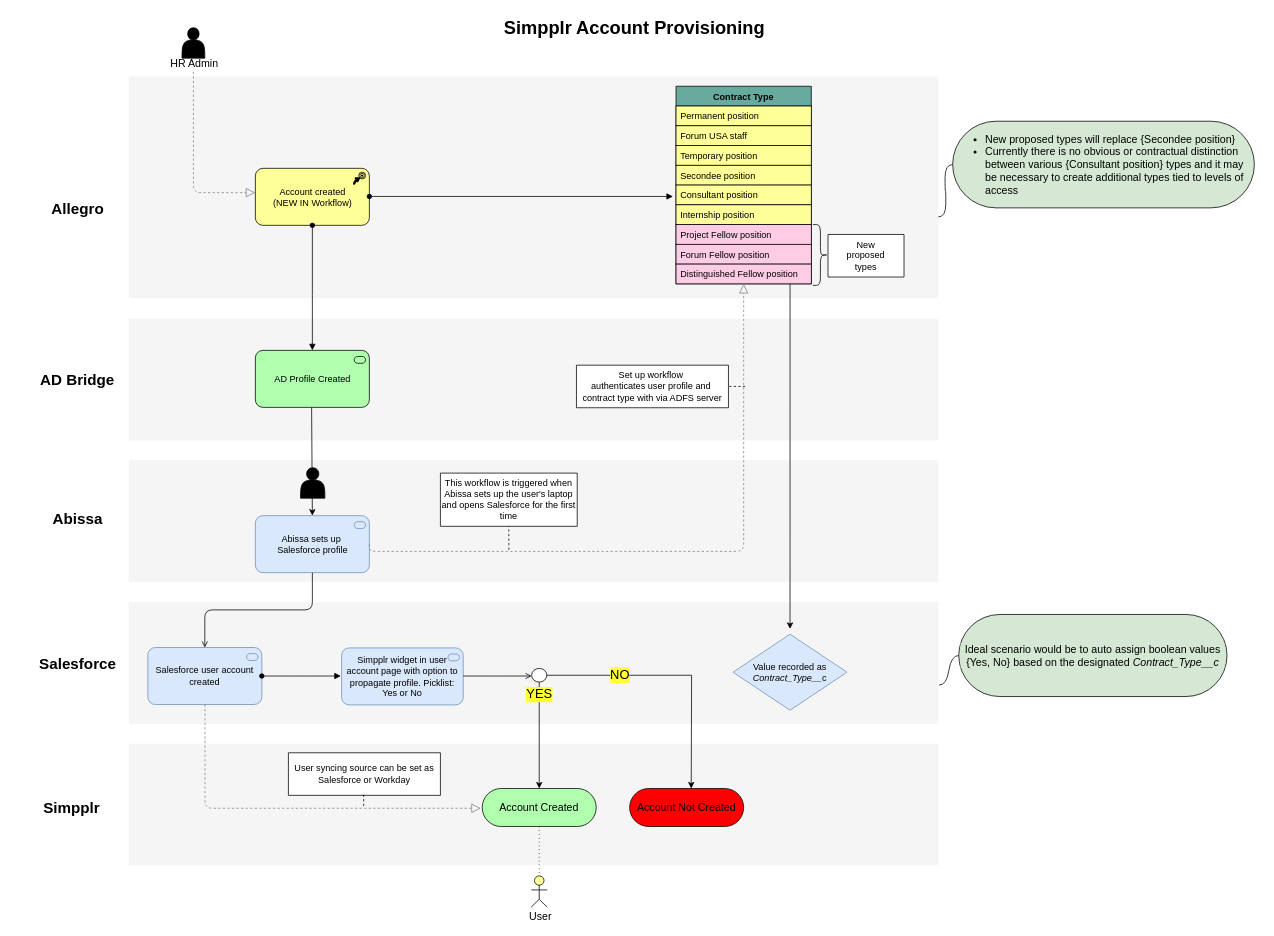
Before: SimpplrAccountProvisioning.drawio in merid-berhe/draw.io, a draw.io diagram. Source tidied: cells renumbered, new cells numbered last; positions are measured from the earlier drawing's top-left corner, leaving out a move shared by most shapes. Both pictures are drawn from the tidied source at 76%, with x=0, y=0 at pixel (13, 13).
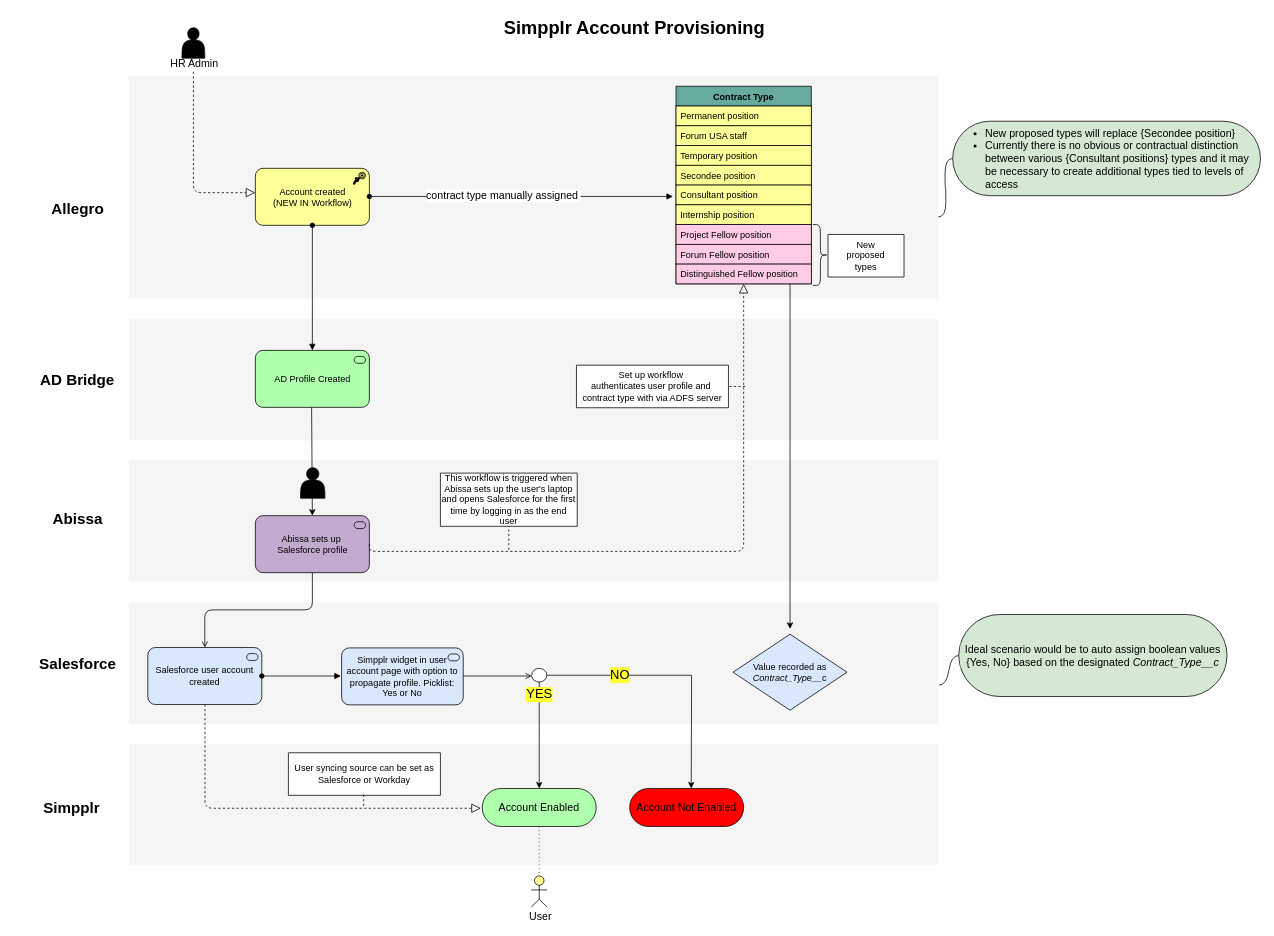
After the change.

Unchanged cells that the change refers to:
```xml
<mxCell id="2" style="whiteSpace=wrap;html=1;strokeColor=none;strokeWidth=1;fillColor=#f5f5f5;fontSize=14;imageHeight=24;" parent="1" vertex="1">
  <mxGeometry x="152" y="961" width="1065" height="160" as="geometry" />
</mxCell>
<mxCell id="16" style="shape=actor;whiteSpace=wrap;html=1;fillColor=#000000;" parent="1" vertex="1">
  <mxGeometry x="222" y="19" width="30" height="40" as="geometry" />
</mxCell>
<mxCell id="26" value="Distinguished Fellow position" style="text;strokeColor=#000000;fillColor=#FFCCE6;align=left;verticalAlign=top;spacingLeft=4;spacingRight=4;overflow=hidden;points=[[0,0.5],[1,0.5]];portConstraint=eastwest;" parent="17" vertex="1">
  <mxGeometry y="234" width="178" height="26" as="geometry" />
</mxCell>
<mxCell id="27" value="Account created&lt;br&gt;(NEW IN Workflow)" style="html=1;outlineConnect=0;whiteSpace=wrap;fillColor=#Ffff99;strokeColor=#000000;shape=mxgraph.archimate3.application;appType=course;archiType=rounded;" parent="1" vertex="1">
  <mxGeometry x="318.5" y="204" width="150" height="75" as="geometry" />
</mxCell>
<mxCell id="28" value="AD Profile Created" style="html=1;outlineConnect=0;whiteSpace=wrap;fillColor=#AFFFAF;strokeColor=#000000;shape=mxgraph.archimate3.application;appType=serv;archiType=rounded;" parent="1" vertex="1">
  <mxGeometry x="318.5" y="443.5" width="150" height="75" as="geometry" />
</mxCell>
<mxCell id="55" style="endArrow=block;html=1;endFill=1;startArrow=oval;startFill=1;edgeStyle=elbowEdgeStyle;elbow=vertical;fontSize=17;" parent="1" edge="1">
  <mxGeometry relative="1" as="geometry">
    <mxPoint x="468.5" y="241" as="sourcePoint" />
    <mxPoint x="868" y="241.5" as="targetPoint" />
  </mxGeometry>
</mxCell>
```

What changed in the source:
```diff
@@
-    <mxCell id="7" value="Account Created" style="html=1;whiteSpace=wrap;fillColor=#AFFFAF;strokeColor=#000000;shape=mxgraph.archimate3.service;fontSize=14;" parent="1" vertex="1">
+    <mxCell id="7" value="Account Enabled" style="html=1;whiteSpace=wrap;fillColor=#AFFFAF;strokeColor=#000000;shape=mxgraph.archimate3.service;fontSize=14;" parent="1" vertex="1">
       <mxGeometry x="617" y="1020" width="150" height="50" as="geometry" />
     </mxCell>
-    <mxCell id="8" value="Account Not Created" style="html=1;whiteSpace=wrap;fillColor=#FF0000;strokeColor=#000000;shape=mxgraph.archimate3.service;fontSize=14;" parent="1" vertex="1">
+    <mxCell id="8" value="Account Not Enabled" style="html=1;whiteSpace=wrap;fillColor=#FF0000;strokeColor=#000000;shape=mxgraph.archimate3.service;fontSize=14;" parent="1" vertex="1">
       <mxGeometry x="811" y="1020" width="150" height="50" as="geometry" />
     </mxCell>
@@
-    <mxCell id="12" style="edgeStyle=elbowEdgeStyle;rounded=1;elbow=vertical;html=1;dashed=1;startSize=10;endArrow=block;endFill=0;endSize=10;jettySize=auto;strokeColor=#808080;fontSize=14;exitX=0.5;exitY=1;exitDx=0;exitDy=0;" parent="1" edge="1" source="16" target="27">
+    <mxCell id="12" style="edgeStyle=elbowEdgeStyle;rounded=1;elbow=vertical;html=1;dashed=1;startSize=10;endArrow=block;endFill=0;endSize=10;jettySize=auto;strokeColor=#000000;fontSize=14;exitX=0.5;exitY=1;exitDx=0;exitDy=0;" parent="1" edge="1" source="16" target="27">
       <mxGeometry relative="1" as="geometry">
         <Array as="points">
           <mxPoint x="273" y="236" />
           <mxPoint x="262" y="265" />
           <mxPoint x="280" y="265" />
         </Array>
       </mxGeometry>
     </mxCell>
@@
-    <mxCell id="30" value="Abissa sets up&amp;nbsp;&lt;br&gt;Salesforce profile" style="html=1;outlineConnect=0;whiteSpace=wrap;fillColor=#dae8fc;strokeColor=#6c8ebf;shape=mxgraph.archimate3.application;appType=serv;archiType=rounded;" parent="1" vertex="1">
+    <mxCell id="30" value="Abissa sets up&amp;nbsp;&lt;br&gt;Salesforce profile" style="html=1;outlineConnect=0;whiteSpace=wrap;fillColor=#C3ABD0;strokeColor=#000000;shape=mxgraph.archimate3.application;appType=serv;archiType=rounded;" parent="1" vertex="1">
       <mxGeometry x="318.5" y="661" width="150" height="75" as="geometry" />
     </mxCell>
@@
-    <mxCell id="33" style="edgeStyle=elbowEdgeStyle;rounded=1;elbow=vertical;html=1;dashed=1;startSize=10;endArrow=block;endFill=0;endSize=10;jettySize=auto;strokeColor=#808080;fontSize=14;exitX=1;exitY=0.5;exitDx=0;exitDy=0;exitPerimeter=0;" parent="1" edge="1" source="30" target="26">
+    <mxCell id="33" style="edgeStyle=elbowEdgeStyle;rounded=1;elbow=vertical;html=1;dashed=1;startSize=10;endArrow=block;endFill=0;endSize=10;jettySize=auto;strokeColor=#000000;fontSize=14;exitX=1;exitY=0.5;exitDx=0;exitDy=0;exitPerimeter=0;" parent="1" edge="1" source="30" target="26">
       <mxGeometry relative="1" as="geometry">
         <Array as="points">
           <mxPoint x="712" y="708" />
           <mxPoint x="704.5" y="772.5" />
         </Array>
       </mxGeometry>
     </mxCell>
-    <mxCell id="34" value="This workflow is triggered when Abissa sets up the user's laptop and opens Salesforce for the first time" style="shape=note;whiteSpace=wrap;html=1;backgroundOutline=1;darkOpacity=0.05;strokeColor=#000000;fillColor=#FFFFFF;size=0;" parent="1" vertex="1">
+    <mxCell id="34" value="This workflow is triggered when Abissa sets up the user's laptop and opens Salesforce for the first time by logging in as the end user" style="shape=note;whiteSpace=wrap;html=1;backgroundOutline=1;darkOpacity=0.05;strokeColor=#000000;fillColor=#FFFFFF;size=0;" parent="1" vertex="1">
       <mxGeometry x="562" y="605" width="180" height="70" as="geometry" />
     </mxCell>
-    <mxCell id="35" value="Salesforce user account created" style="html=1;outlineConnect=0;whiteSpace=wrap;fillColor=#dae8fc;strokeColor=#6c8ebf;shape=mxgraph.archimate3.application;appType=serv;archiType=rounded;" parent="1" vertex="1">
+    <mxCell id="35" value="Salesforce user account created" style="html=1;outlineConnect=0;whiteSpace=wrap;fillColor=#dae8fc;strokeColor=#000000;shape=mxgraph.archimate3.application;appType=serv;archiType=rounded;" parent="1" vertex="1">
       <mxGeometry x="177" y="834.5" width="150" height="75" as="geometry" />
     </mxCell>
@@
-    <mxCell id="40" value="Value recorded as &lt;i&gt;Contract_Type__&lt;/i&gt;c" style="rhombus;whiteSpace=wrap;html=1;strokeColor=#6c8ebf;fillColor=#dae8fc;" parent="1" vertex="1">
+    <mxCell id="40" value="Value recorded as &lt;i&gt;Contract_Type__&lt;/i&gt;c" style="rhombus;whiteSpace=wrap;html=1;strokeColor=#000000;fillColor=#dae8fc;" parent="1" vertex="1">
       <mxGeometry x="947" y="817" width="150" height="100" as="geometry" />
     </mxCell>
-    <mxCell id="41" value="Simpplr widget in user account page with option to propagate profile. Picklist: Yes or No" style="html=1;whiteSpace=wrap;fillColor=#dae8fc;strokeColor=#6c8ebf;shape=mxgraph.archimate3.application;appType=serv;archiType=rounded;" parent="1" vertex="1">
+    <mxCell id="41" value="Simpplr widget in user account page with option to propagate profile. Picklist: Yes or No" style="html=1;whiteSpace=wrap;fillColor=#dae8fc;strokeColor=#000000;shape=mxgraph.archimate3.application;appType=serv;archiType=rounded;" parent="1" vertex="1">
       <mxGeometry x="432" y="835" width="160" height="75" as="geometry" />
     </mxCell>
@@
-    <mxCell id="50" style="edgeStyle=elbowEdgeStyle;rounded=1;elbow=vertical;html=1;dashed=1;startSize=10;endArrow=block;endFill=0;endSize=10;jettySize=auto;strokeColor=#808080;fontSize=14;exitX=0.5;exitY=1;exitDx=0;exitDy=0;entryX=0.435;entryY=0.531;entryDx=0;entryDy=0;entryPerimeter=0;" parent="1" edge="1" target="2">
+    <mxCell id="50" style="edgeStyle=elbowEdgeStyle;rounded=1;elbow=vertical;html=1;dashed=1;startSize=10;endArrow=block;endFill=0;endSize=10;jettySize=auto;strokeColor=#000000;fontSize=14;exitX=0.5;exitY=1;exitDx=0;exitDy=0;entryX=0.435;entryY=0.531;entryDx=0;entryDy=0;entryPerimeter=0;" parent="1" edge="1" target="2">
       <mxGeometry relative="1" as="geometry">
         <mxPoint x="252.2" y="909.3" as="sourcePoint" />
         <Array as="points">
           <mxPoint x="430" y="1046" />
           <mxPoint x="294.5" y="1094" />
         </Array>
       </mxGeometry>
     </mxCell>
@@
-    <mxCell id="54" style="endArrow=block;html=1;endFill=1;startArrow=oval;startFill=1;edgeStyle=elbowEdgeStyle;elbow=vertical;fontSize=17;entryX=0.5;entryY=0;entryDx=0;entryDy=0;entryPerimeter=0;" parent="1" edge="1" source="27" target="28">
+    <mxCell id="54" style="endArrow=block;html=1;endFill=1;startArrow=oval;startFill=1;edgeStyle=elbowEdgeStyle;elbow=vertical;fontSize=17;entryX=0.5;entryY=0;entryDx=0;entryDy=0;entryPerimeter=0;exitX=0.5;exitY=1;exitDx=0;exitDy=0;exitPerimeter=0;" parent="1" edge="1" source="27" target="28">
       <mxGeometry relative="1" as="geometry" />
     </mxCell>
@@
+    <mxCell id="63" value="contract type manually assigned&amp;nbsp;" style="text;html=1;align=center;verticalAlign=middle;labelBackgroundColor=#ffffff;fontSize=14;" parent="55" vertex="1">
+      <mxGeometry x="-0.12" y="2" relative="1" as="geometry" />
+    </mxCell>
@@
-    <mxCell id="61" value="&lt;ul style=&quot;text-align: left&quot;&gt;&lt;li&gt;New proposed types will replace {Secondee position}&lt;/li&gt;&lt;li&gt;Currently there is no obvious or contractual distinction between various {Consultant position} types and it may be necessary to create additional types tied to levels of access&lt;/li&gt;&lt;/ul&gt;" style="whiteSpace=wrap;html=1;rounded=1;arcSize=50;align=center;verticalAlign=middle;strokeWidth=1;spacing=4;labelBackgroundColor=#;fillColor=#D5E8D4;fontSize=14;labelBorderColor=#;" parent="1" vertex="1">
-      <mxGeometry x="1236" y="142" width="397" height="114" as="geometry" />
+    <mxCell id="61" value="&lt;ul style=&quot;text-align: left&quot;&gt;&lt;li&gt;New proposed types will replace {Secondee position}&lt;/li&gt;&lt;li&gt;Currently there is no obvious or contractual distinction between various {Consultant positions} types and it may be necessary to create additional types tied to levels of access&lt;/li&gt;&lt;/ul&gt;" style="whiteSpace=wrap;html=1;rounded=1;arcSize=50;align=center;verticalAlign=middle;strokeWidth=1;spacing=4;labelBackgroundColor=#;fillColor=#D5E8D4;fontSize=14;labelBorderColor=#;" parent="1" vertex="1">
+      <mxGeometry x="1236" y="142" width="405" height="98" as="geometry" />
     </mxCell>
```
